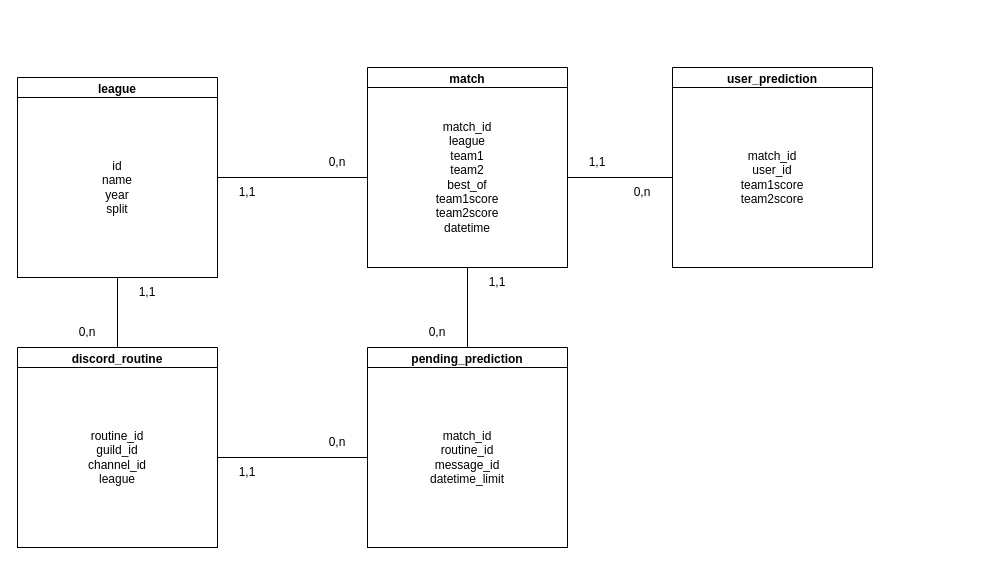
This is database/database.drawio from Evileoo/LoLEsports-Predictions, a draw.io file, before an edit. Source tidied: cells renumbered, new cells numbered last; positions are measured from the earlier drawing's top-left corner, leaving out a move shared by most shapes. Both pictures are drawn from the tidied source at 100%, with x=0, y=0 at pixel (17, 67).
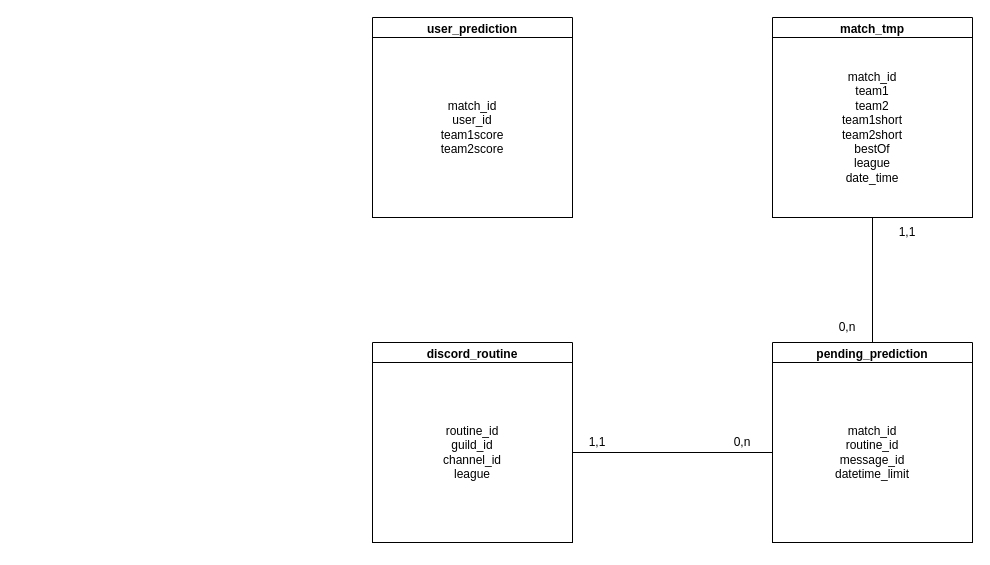
The same diagram, later.

The change refers to these unchanged cells:
```xml
<mxCell id="5" value="match_id&lt;br&gt;user_id&lt;br&gt;team1score&lt;br&gt;team2score" style="rounded=0;whiteSpace=wrap;html=1;" parent="4" vertex="1">
  <mxGeometry y="20" width="200" height="180" as="geometry" />
</mxCell>
```

Change to the diagram source:
```diff
@@
-    <mxCell id="2" value="match" style="swimlane;whiteSpace=wrap;html=1;" parent="1" vertex="1">
-      <mxGeometry x="350" width="200" height="200" as="geometry" />
-    </mxCell>
-    <mxCell id="3" value="match_id&lt;br&gt;league&lt;br&gt;team1&lt;br&gt;team2&lt;br&gt;best_of&lt;br&gt;team1score&lt;br&gt;team2score&lt;br&gt;datetime" style="rounded=0;whiteSpace=wrap;html=1;" parent="2" vertex="1">
-      <mxGeometry y="20" width="200" height="180" as="geometry" />
-    </mxCell>
     <mxCell id="4" value="user_prediction" style="swimlane;whiteSpace=wrap;html=1;" parent="1" vertex="1">
-      <mxGeometry x="655" width="200" height="200" as="geometry" />
+      <mxGeometry x="355" y="-50" width="200" height="200" as="geometry" />
     </mxCell>
@@
     <mxCell id="6" value="pending_prediction" style="swimlane;whiteSpace=wrap;html=1;" parent="1" vertex="1">
-      <mxGeometry x="350" y="280" width="200" height="200" as="geometry" />
+      <mxGeometry x="755" y="275" width="200" height="200" as="geometry" />
     </mxCell>
@@
     <mxCell id="8" value="discord_routine" style="swimlane;whiteSpace=wrap;html=1;" parent="1" vertex="1">
-      <mxGeometry y="280" width="200" height="200" as="geometry" />
+      <mxGeometry x="355" y="275" width="200" height="200" as="geometry" />
     </mxCell>
@@
-    <mxCell id="11" style="endArrow=none;html=1;entryX=0.5;entryY=1;entryDx=0;entryDy=0;exitX=0.5;exitY=0;exitDx=0;exitDy=0;" parent="1" edge="1" source="6" target="2">
-      <mxGeometry relative="1" as="geometry" />
-    </mxCell>
-    <mxCell id="12" style="endArrow=none;html=1;entryX=1;entryY=0.5;entryDx=0;entryDy=0;exitX=0;exitY=0.5;exitDx=0;exitDy=0;" parent="1" edge="1" source="5" target="3">
-      <mxGeometry relative="1" as="geometry" />
-    </mxCell>
     <mxCell id="13" value="0,n" style="text;html=1;strokeColor=none;fillColor=none;align=center;verticalAlign=middle;whiteSpace=wrap;rounded=0;" parent="1" vertex="1">
-      <mxGeometry x="290" y="360" width="60" height="30" as="geometry" />
+      <mxGeometry x="695" y="360" width="60" height="30" as="geometry" />
     </mxCell>
     <mxCell id="14" value="1,1" style="text;html=1;strokeColor=none;fillColor=none;align=center;verticalAlign=middle;whiteSpace=wrap;rounded=0;" parent="1" vertex="1">
-      <mxGeometry x="200" y="390" width="60" height="30" as="geometry" />
+      <mxGeometry x="550" y="360" width="60" height="30" as="geometry" />
     </mxCell>
-    <mxCell id="15" value="1,1" style="text;html=1;strokeColor=none;fillColor=none;align=center;verticalAlign=middle;whiteSpace=wrap;rounded=0;" parent="1" vertex="1">
-      <mxGeometry x="450" y="200" width="60" height="30" as="geometry" />
-    </mxCell>
-    <mxCell id="16" value="0,n" style="text;html=1;strokeColor=none;fillColor=none;align=center;verticalAlign=middle;whiteSpace=wrap;rounded=0;" parent="1" vertex="1">
-      <mxGeometry x="390" y="250" width="60" height="30" as="geometry" />
-    </mxCell>
-    <mxCell id="17" value="1,1" style="text;html=1;strokeColor=none;fillColor=none;align=center;verticalAlign=middle;whiteSpace=wrap;rounded=0;" parent="1" vertex="1">
-      <mxGeometry x="550" y="80" width="60" height="30" as="geometry" />
-    </mxCell>
-    <mxCell id="18" value="0,n" style="text;html=1;strokeColor=none;fillColor=none;align=center;verticalAlign=middle;whiteSpace=wrap;rounded=0;" parent="1" vertex="1">
-      <mxGeometry x="595" y="110" width="60" height="30" as="geometry" />
-    </mxCell>
-    <mxCell id="19" value="league" style="swimlane;whiteSpace=wrap;html=1;" parent="1" vertex="1">
-      <mxGeometry y="10" width="200" height="200" as="geometry" />
-    </mxCell>
-    <mxCell id="20" value="id&lt;br&gt;name&lt;br&gt;year&lt;br&gt;split" style="rounded=0;whiteSpace=wrap;html=1;" parent="19" vertex="1">
-      <mxGeometry y="20" width="200" height="180" as="geometry" />
-    </mxCell>
-    <mxCell id="21" style="endArrow=none;html=1;entryX=0.5;entryY=1;entryDx=0;entryDy=0;exitX=0.5;exitY=0;exitDx=0;exitDy=0;" parent="1" edge="1" source="8" target="19">
-      <mxGeometry relative="1" as="geometry" />
-    </mxCell>
-    <mxCell id="22" style="endArrow=none;html=1;exitX=1;exitY=0.5;exitDx=0;exitDy=0;entryX=0;entryY=0.5;entryDx=0;entryDy=0;" parent="1" edge="1" source="19" target="3">
-      <mxGeometry relative="1" as="geometry" />
-    </mxCell>
-    <mxCell id="23" value="0,n" style="text;html=1;strokeColor=none;fillColor=none;align=center;verticalAlign=middle;whiteSpace=wrap;rounded=0;" parent="1" vertex="1">
-      <mxGeometry x="290" y="80" width="60" height="30" as="geometry" />
-    </mxCell>
-    <mxCell id="24" value="1,1" style="text;html=1;strokeColor=none;fillColor=none;align=center;verticalAlign=middle;whiteSpace=wrap;rounded=0;" parent="1" vertex="1">
-      <mxGeometry x="200" y="110" width="60" height="30" as="geometry" />
-    </mxCell>
-    <mxCell id="25" value="1,1" style="text;html=1;strokeColor=none;fillColor=none;align=center;verticalAlign=middle;whiteSpace=wrap;rounded=0;" parent="1" vertex="1">
-      <mxGeometry x="100" y="210" width="60" height="30" as="geometry" />
-    </mxCell>
-    <mxCell id="26" value="0,n" style="text;html=1;strokeColor=none;fillColor=none;align=center;verticalAlign=middle;whiteSpace=wrap;rounded=0;" parent="1" vertex="1">
-      <mxGeometry x="40" y="250" width="60" height="30" as="geometry" />
+    <mxCell id="26" value="match_tmp" style="swimlane;whiteSpace=wrap;html=1;" parent="1" vertex="1">
+      <mxGeometry x="755" y="-50" width="200" height="200" as="geometry" />
     </mxCell>
+    <mxCell id="27" value="match_id&lt;br&gt;team1&lt;br&gt;team2&lt;br&gt;team1short&lt;br&gt;team2short&lt;br&gt;bestOf&lt;br&gt;league&lt;br&gt;date_time" style="rounded=0;whiteSpace=wrap;html=1;" parent="26" vertex="1">
+      <mxGeometry y="20" width="200" height="180" as="geometry" />
+    </mxCell>
+    <mxCell id="28" style="endArrow=none;html=1;entryX=0.5;entryY=1;entryDx=0;entryDy=0;exitX=0.5;exitY=0;exitDx=0;exitDy=0;" parent="1" edge="1" source="6" target="27">
+      <mxGeometry relative="1" as="geometry" />
+    </mxCell>
+    <mxCell id="29" value="1,1" style="text;html=1;strokeColor=none;fillColor=none;align=center;verticalAlign=middle;whiteSpace=wrap;rounded=0;" parent="1" vertex="1">
+      <mxGeometry x="860" y="150" width="60" height="30" as="geometry" />
+    </mxCell>
+    <mxCell id="30" value="0,n" style="text;html=1;strokeColor=none;fillColor=none;align=center;verticalAlign=middle;whiteSpace=wrap;rounded=0;" parent="1" vertex="1">
+      <mxGeometry x="800" y="245" width="60" height="30" as="geometry" />
+    </mxCell>
```
